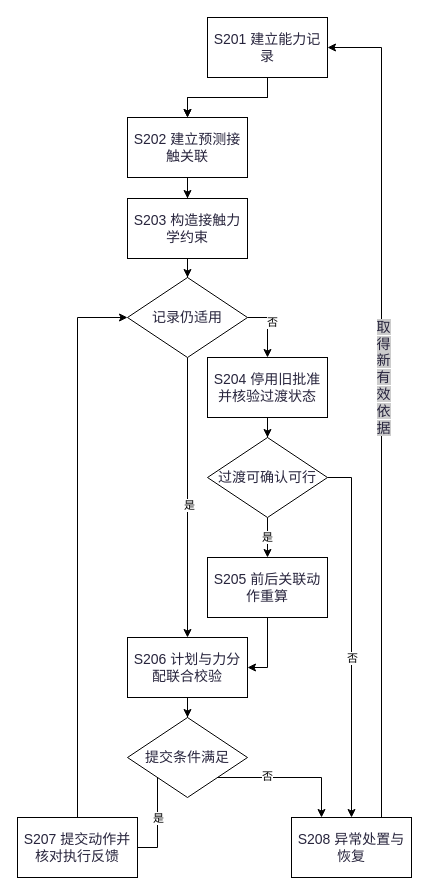
Earlier version of the draw.io diagram patent/一种地面接触能力判断失效后的运动执行方法/图1运动计划切换方法流程图.drawio (fenwickxie/drawio-repos). Source tidied: cells renumbered, new cells numbered last; positions are measured from the earlier drawing's top-left corner, leaving out a move shared by most shapes. Both pictures are drawn from the tidied source at 100%, with x=0, y=0 at pixel (17, 17).
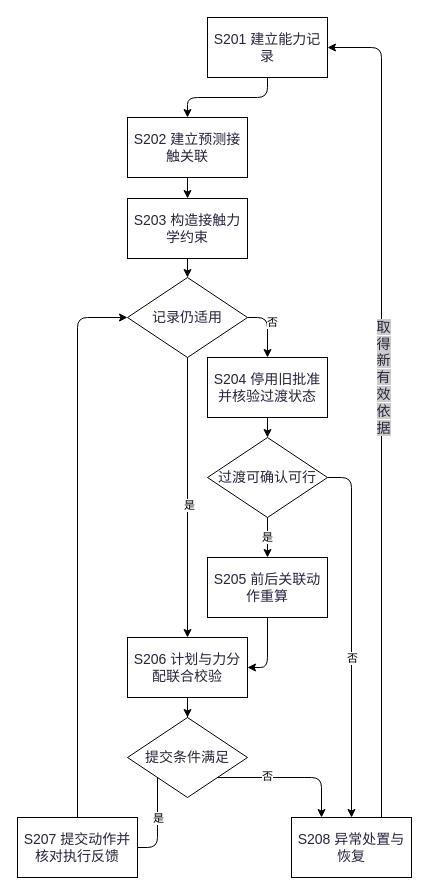
After the change.

Commit message:
更新图1运动计划切换方法流程图.drawio

Unchanged cells that the change refers to:
```xml
<mxCell id="4" value="&lt;span style=&quot;color: rgb(40, 37, 61); font-family: &amp;quot;Recursive Variable&amp;quot;, arial, sans-serif; font-size: 14px; white-space: break-spaces;&quot;&gt;S201 建立能力记录&lt;/span&gt;" style="rounded=0;whiteSpace=wrap;html=1;" parent="1" vertex="1">
  <mxGeometry x="190" width="120" height="60" as="geometry" />
</mxCell>
<mxCell id="6" value="&lt;span style=&quot;color: rgb(40, 37, 61); font-family: &amp;quot;Recursive Variable&amp;quot;, arial, sans-serif; font-size: 14px; white-space: break-spaces;&quot;&gt;S202 建立预测接触关联&lt;/span&gt;" style="rounded=0;whiteSpace=wrap;html=1;" parent="1" vertex="1">
  <mxGeometry x="110" y="100" width="120" height="60" as="geometry" />
</mxCell>
<mxCell id="8" value="&lt;span style=&quot;color: rgb(40, 37, 61); font-family: &amp;quot;Recursive Variable&amp;quot;, arial, sans-serif; font-size: 14px; white-space: break-spaces;&quot;&gt;S203 构造接触力学约束&lt;/span&gt;" style="rounded=0;whiteSpace=wrap;html=1;" parent="1" vertex="1">
  <mxGeometry x="110" y="181" width="120" height="60" as="geometry" />
</mxCell>
<mxCell id="13" value="&lt;span style=&quot;color: rgb(40, 37, 61); font-family: &amp;quot;Recursive Variable&amp;quot;, arial, sans-serif; font-size: 14px;&quot;&gt;记录仍适用&lt;/span&gt;" style="rhombus;whiteSpace=wrap;html=1;shapeInside=1;rounded=0;" parent="1" vertex="1">
  <mxGeometry x="110" y="260" width="120" height="80" as="geometry" />
</mxCell>
<mxCell id="15" value="&lt;span style=&quot;color: rgb(40, 37, 61); font-family: &amp;quot;Recursive Variable&amp;quot;, arial, sans-serif; font-size: 14px; white-space: break-spaces;&quot;&gt;S204 停用旧批准并核验过渡状态&lt;/span&gt;" style="whiteSpace=wrap;html=1;rounded=0;" parent="1" vertex="1">
  <mxGeometry x="190" y="340" width="120" height="60" as="geometry" />
</mxCell>
<mxCell id="20" value="&lt;span style=&quot;color: rgb(40, 37, 61); font-family: &amp;quot;Recursive Variable&amp;quot;, arial, sans-serif; font-size: 14px;&quot;&gt;过渡可确认可行&lt;/span&gt;" style="rhombus;whiteSpace=wrap;html=1;shapeInside=1;rounded=0;" parent="1" vertex="1">
  <mxGeometry x="190" y="420" width="120" height="80" as="geometry" />
</mxCell>
<mxCell id="22" value="&lt;span style=&quot;color: rgb(40, 37, 61); font-family: &amp;quot;Recursive Variable&amp;quot;, arial, sans-serif; font-size: 14px; white-space: break-spaces;&quot;&gt;S205 前后关联动作重算&lt;/span&gt;" style="whiteSpace=wrap;html=1;rounded=0;" parent="1" vertex="1">
  <mxGeometry x="190" y="540" width="120" height="60" as="geometry" />
</mxCell>
<mxCell id="24" value="&lt;span style=&quot;color: rgb(40, 37, 61); font-family: &amp;quot;Recursive Variable&amp;quot;, arial, sans-serif; font-size: 14px; white-space: break-spaces;&quot;&gt;S206 计划与力分配联合校验&lt;/span&gt;" style="whiteSpace=wrap;html=1;rounded=0;" parent="1" vertex="1">
  <mxGeometry x="110" y="620" width="120" height="60" as="geometry" />
</mxCell>
<mxCell id="27" value="&lt;span style=&quot;color: rgb(40, 37, 61); font-family: &amp;quot;Recursive Variable&amp;quot;, arial, sans-serif; font-size: 14px; white-space: break-spaces;&quot;&gt;S208 异常处置与恢复&lt;/span&gt;" style="whiteSpace=wrap;html=1;rounded=0;" parent="1" vertex="1">
  <mxGeometry x="274" y="800" width="120" height="60" as="geometry" />
</mxCell>
<mxCell id="32" value="&lt;span style=&quot;color: rgb(40, 37, 61); font-family: &amp;quot;Recursive Variable&amp;quot;, arial, sans-serif; font-size: 14px;&quot;&gt;提交条件满足&lt;/span&gt;" style="rhombus;whiteSpace=wrap;html=1;shapeInside=1;rounded=0;" parent="1" vertex="1">
  <mxGeometry x="110" y="700" width="120" height="80" as="geometry" />
</mxCell>
<mxCell id="34" value="&lt;span style=&quot;color: rgb(40, 37, 61); font-family: &amp;quot;Recursive Variable&amp;quot;, arial, sans-serif; font-size: 14px; white-space: break-spaces;&quot;&gt;S207 提交动作并核对执行反馈&lt;/span&gt;" style="whiteSpace=wrap;html=1;rounded=0;" parent="1" vertex="1">
  <mxGeometry y="800" width="120" height="60" as="geometry" />
</mxCell>
```

The edit, as a diff of the source:
```diff
@@
-    <mxCell id="2" style="edgeStyle=orthogonalEdgeStyle;rounded=0;jettySize=auto;html=1;defaultLabelBackgroundColor=gap;" parent="1" edge="1" source="4" target="6">
-      <mxGeometry relative="1" as="geometry" />
-    </mxCell>
-    <mxCell id="3" style="edgeStyle=orthogonalEdgeStyle;rounded=0;jettySize=auto;html=1;defaultLabelBackgroundColor=gap;" parent="1" edge="1" source="4" target="6">
+    <mxCell id="3" style="edgeStyle=orthogonalEdgeStyle;rounded=1;jettySize=auto;html=1;defaultLabelBackgroundColor=gap;curved=0;" parent="1" edge="1" source="4" target="6">
       <mxGeometry relative="1" as="geometry" />
     </mxCell>
@@
-    <mxCell id="5" style="edgeStyle=orthogonalEdgeStyle;rounded=0;jettySize=auto;html=1;defaultLabelBackgroundColor=gap;" parent="1" edge="1" source="6" target="8">
+    <mxCell id="5" style="edgeStyle=orthogonalEdgeStyle;rounded=1;jettySize=auto;html=1;defaultLabelBackgroundColor=gap;curved=0;" parent="1" edge="1" source="6" target="8">
       <mxGeometry relative="1" as="geometry" />
     </mxCell>
@@
-    <mxCell id="7" style="edgeStyle=orthogonalEdgeStyle;rounded=0;jettySize=auto;html=1;defaultLabelBackgroundColor=gap;" parent="1" edge="1" source="8" target="13">
+    <mxCell id="7" style="edgeStyle=orthogonalEdgeStyle;rounded=1;jettySize=auto;html=1;defaultLabelBackgroundColor=gap;curved=0;" parent="1" edge="1" source="8" target="13">
       <mxGeometry relative="1" as="geometry" />
     </mxCell>
@@
-    <mxCell id="9" style="edgeStyle=orthogonalEdgeStyle;rounded=0;jettySize=auto;html=1;defaultLabelBackgroundColor=gap;exitX=1;exitY=0.5;exitDx=0;exitDy=0;" parent="1" edge="1" source="13" target="15">
+    <mxCell id="9" style="edgeStyle=orthogonalEdgeStyle;rounded=1;jettySize=auto;html=1;defaultLabelBackgroundColor=gap;exitX=1;exitY=0.5;exitDx=0;exitDy=0;curved=0;" parent="1" edge="1" source="13" target="15">
       <mxGeometry x="-0.09" relative="1" as="geometry" />
     </mxCell>
@@
-    <mxCell id="11" style="edgeStyle=orthogonalEdgeStyle;rounded=0;jettySize=auto;html=1;defaultLabelBackgroundColor=gap;" parent="1" edge="1" source="13" target="24">
+    <mxCell id="11" style="edgeStyle=orthogonalEdgeStyle;rounded=1;jettySize=auto;html=1;defaultLabelBackgroundColor=gap;curved=0;" parent="1" edge="1" source="13" target="24">
       <mxGeometry relative="1" as="geometry" />
     </mxCell>
@@
-    <mxCell id="14" style="edgeStyle=orthogonalEdgeStyle;rounded=0;jettySize=auto;html=1;defaultLabelBackgroundColor=gap;" parent="1" edge="1" source="15" target="20">
+    <mxCell id="14" style="edgeStyle=orthogonalEdgeStyle;rounded=1;jettySize=auto;html=1;defaultLabelBackgroundColor=gap;curved=0;" parent="1" edge="1" source="15" target="20">
       <mxGeometry relative="1" as="geometry" />
     </mxCell>
@@
-    <mxCell id="16" style="edgeStyle=orthogonalEdgeStyle;rounded=0;jettySize=auto;html=1;defaultLabelBackgroundColor=gap;" parent="1" edge="1" source="20" target="22">
+    <mxCell id="16" style="edgeStyle=orthogonalEdgeStyle;rounded=1;jettySize=auto;html=1;defaultLabelBackgroundColor=gap;curved=0;" parent="1" edge="1" source="20" target="22">
       <mxGeometry relative="1" as="geometry" />
     </mxCell>
@@
-    <mxCell id="18" style="edgeStyle=orthogonalEdgeStyle;rounded=0;jettySize=auto;html=1;defaultLabelBackgroundColor=gap;exitX=1;exitY=0.5;exitDx=0;exitDy=0;" parent="1" edge="1" source="20" target="27">
+    <mxCell id="18" style="edgeStyle=orthogonalEdgeStyle;rounded=1;jettySize=auto;html=1;defaultLabelBackgroundColor=gap;exitX=1;exitY=0.5;exitDx=0;exitDy=0;curved=0;" parent="1" edge="1" source="20" target="27">
       <mxGeometry relative="1" as="geometry" />
     </mxCell>
@@
-    <mxCell id="21" style="edgeStyle=orthogonalEdgeStyle;rounded=0;jettySize=auto;html=1;exitX=0.5;exitY=1;exitDx=0;exitDy=0;entryX=1;entryY=0.5;entryDx=0;entryDy=0;defaultLabelBackgroundColor=gap;" parent="1" edge="1" source="22" target="24">
+    <mxCell id="21" style="edgeStyle=orthogonalEdgeStyle;rounded=1;jettySize=auto;html=1;exitX=0.5;exitY=1;exitDx=0;exitDy=0;entryX=1;entryY=0.5;entryDx=0;entryDy=0;defaultLabelBackgroundColor=gap;curved=0;" parent="1" edge="1" source="22" target="24">
       <mxGeometry x="0.21" relative="1" as="geometry" />
     </mxCell>
@@
-    <mxCell id="25" style="edgeStyle=orthogonalEdgeStyle;rounded=0;jettySize=auto;html=1;exitX=0.75;exitY=0;exitDx=0;exitDy=0;entryX=1;entryY=0.5;entryDx=0;entryDy=0;defaultLabelBackgroundColor=gap;" parent="1" edge="1" source="27" target="4">
+    <mxCell id="25" style="edgeStyle=orthogonalEdgeStyle;rounded=1;jettySize=auto;html=1;exitX=0.75;exitY=0;exitDx=0;exitDy=0;entryX=1;entryY=0.5;entryDx=0;entryDy=0;defaultLabelBackgroundColor=gap;curved=0;" parent="1" edge="1" source="27" target="4">
       <mxGeometry relative="1" as="geometry" />
     </mxCell>
@@
-    <mxCell id="28" style="edgeStyle=orthogonalEdgeStyle;rounded=0;jettySize=auto;html=1;exitX=1;exitY=1;exitDx=0;exitDy=0;entryX=0.25;entryY=0;entryDx=0;entryDy=0;defaultLabelBackgroundColor=gap;" parent="1" edge="1" source="32" target="27">
+    <mxCell id="28" style="edgeStyle=orthogonalEdgeStyle;rounded=1;jettySize=auto;html=1;exitX=1;exitY=1;exitDx=0;exitDy=0;entryX=0.25;entryY=0;entryDx=0;entryDy=0;defaultLabelBackgroundColor=gap;curved=0;" parent="1" edge="1" source="32" target="27">
       <mxGeometry relative="1" as="geometry" />
     </mxCell>
@@
-    <mxCell id="30" style="edgeStyle=orthogonalEdgeStyle;rounded=0;jettySize=auto;html=1;exitX=0;exitY=1;exitDx=0;exitDy=0;entryX=0.75;entryY=0;entryDx=0;entryDy=0;defaultLabelBackgroundColor=gap;" parent="1" edge="1" source="32" target="34">
+    <mxCell id="30" style="edgeStyle=orthogonalEdgeStyle;rounded=1;jettySize=auto;html=1;exitX=0;exitY=1;exitDx=0;exitDy=0;entryX=0.75;entryY=0;entryDx=0;entryDy=0;defaultLabelBackgroundColor=gap;curved=0;" parent="1" edge="1" source="32" target="34">
       <mxGeometry x="-0.2" relative="1" as="geometry">
         <Array as="points">
           <mxPoint x="90" y="830" />
         </Array>
       </mxGeometry>
     </mxCell>
@@
-    <mxCell id="33" style="edgeStyle=orthogonalEdgeStyle;rounded=0;jettySize=auto;html=1;exitX=0.5;exitY=0;exitDx=0;exitDy=0;entryX=0;entryY=0.5;entryDx=0;entryDy=0;defaultLabelBackgroundColor=gap;" parent="1" edge="1" source="34" target="13">
+    <mxCell id="33" style="edgeStyle=orthogonalEdgeStyle;rounded=1;jettySize=auto;html=1;exitX=0.5;exitY=0;exitDx=0;exitDy=0;entryX=0;entryY=0.5;entryDx=0;entryDy=0;defaultLabelBackgroundColor=gap;curved=0;" parent="1" edge="1" source="34" target="13">
       <mxGeometry x="0.56" relative="1" as="geometry" />
     </mxCell>
```
